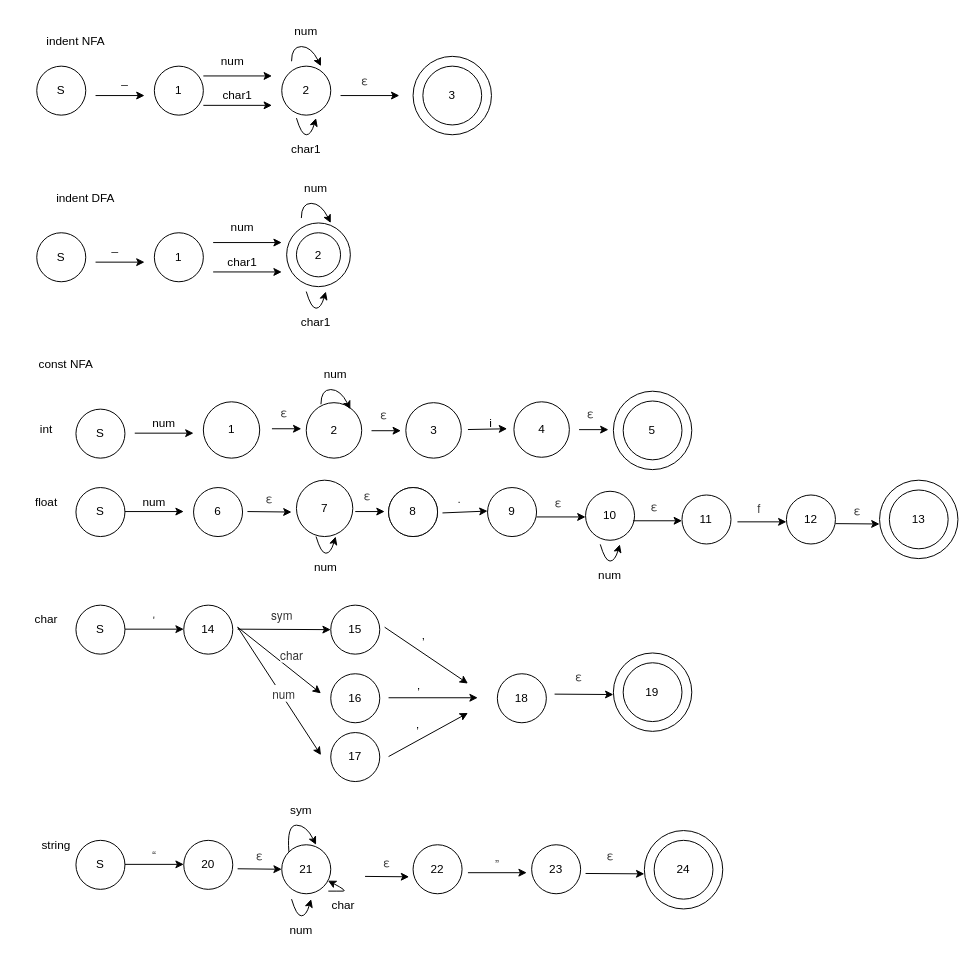
SuperCarryDFY/2022-Spring-ComputationalVision keeps this draw.io diagram as Untitled Diagram.drawio. Above is the earlier version. Source tidied: cells renumbered, new cells numbered last; positions are measured from the earlier drawing's top-left corner, leaving out a move shared by most shapes. Both pictures are drawn from the tidied source at 98%, with x=0, y=0 at pixel (17, 17).
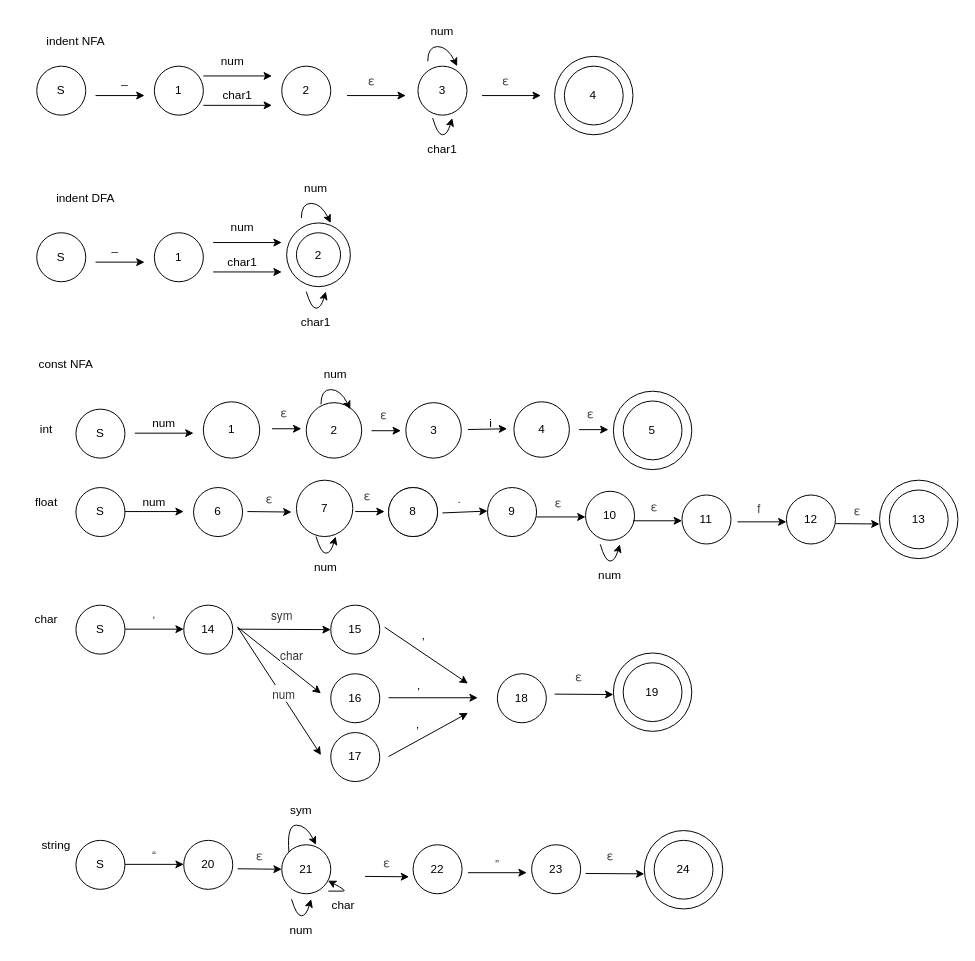
The same diagram, later.

Unchanged cells that the change refers to:
```xml
<mxCell id="9" value="num" style="text;html=1;strokeColor=none;fillColor=none;align=center;verticalAlign=middle;whiteSpace=wrap;rounded=0;" parent="1" vertex="1">
  <mxGeometry x="160" y="30" width="120" height="30" as="geometry" />
</mxCell>
```

The edit, as a diff of the source:
```diff
@@
-    <mxCell id="11" value="2" style="ellipse;whiteSpace=wrap;html=1;" parent="1" vertex="1">
-      <mxGeometry x="270" y="50" width="50" height="50" as="geometry" />
+    <mxCell id="11" value="3" style="ellipse;whiteSpace=wrap;html=1;" parent="1" vertex="1">
+      <mxGeometry x="409" y="50" width="50" height="50" as="geometry" />
     </mxCell>
-    <mxCell id="12" style="curved=1;endArrow=classic;html=1;rounded=0;exitX=1;exitY=0.5;exitDx=0;exitDy=0;" parent="1" edge="1" source="9">
+    <mxCell id="12" style="curved=1;endArrow=classic;html=1;rounded=0;exitX=1;exitY=0.5;exitDx=0;exitDy=0;" parent="1" edge="1">
       <mxGeometry relative="1" as="geometry">
-        <mxPoint x="310" y="50" as="targetPoint" />
+        <mxPoint x="419" y="45" as="sourcePoint" />
+        <mxPoint x="449" y="50" as="targetPoint" />
         <Array as="points">
-          <mxPoint x="280" y="30" />
-          <mxPoint x="300" y="30" />
+          <mxPoint x="419" y="30" />
+          <mxPoint x="439" y="30" />
         </Array>
       </mxGeometry>
     </mxCell>
     <mxCell id="13" value="num" style="text;html=1;strokeColor=none;fillColor=none;align=center;verticalAlign=middle;whiteSpace=wrap;rounded=0;" parent="1" vertex="1">
-      <mxGeometry x="265" width="60" height="30" as="geometry" />
+      <mxGeometry x="404" width="60" height="30" as="geometry" />
     </mxCell>
     <mxCell id="14" style="curved=1;endArrow=classic;html=1;rounded=0;" parent="1" edge="1">
       <mxGeometry relative="1" as="geometry">
-        <mxPoint x="285" y="103" as="sourcePoint" />
-        <mxPoint x="305" y="103" as="targetPoint" />
+        <mxPoint x="424" y="103" as="sourcePoint" />
+        <mxPoint x="444" y="103" as="targetPoint" />
         <Array as="points">
-          <mxPoint x="290" y="120" />
-          <mxPoint x="300" y="120" />
+          <mxPoint x="429" y="120" />
+          <mxPoint x="439" y="120" />
         </Array>
       </mxGeometry>
     </mxCell>
     <mxCell id="15" value="char1" style="text;html=1;strokeColor=none;fillColor=none;align=center;verticalAlign=middle;whiteSpace=wrap;rounded=0;" parent="1" vertex="1">
-      <mxGeometry x="265" y="120" width="60" height="30" as="geometry" />
+      <mxGeometry x="404" y="120" width="60" height="30" as="geometry" />
     </mxCell>
     <mxCell id="16" style="endArrow=classic;html=1;rounded=0;" parent="1" edge="1">
       <mxGeometry relative="1" as="geometry">
-        <mxPoint x="330" y="80" as="sourcePoint" />
-        <mxPoint x="390" y="80" as="targetPoint" />
+        <mxPoint x="474.4" y="80" as="sourcePoint" />
+        <mxPoint x="534.4" y="80" as="targetPoint" />
       </mxGeometry>
     </mxCell>
     <mxCell id="17" value="&lt;span style=&quot;color: rgb(51 , 51 , 51) ; font-family: &amp;#34;helvetica neue&amp;#34; , &amp;#34;helvetica&amp;#34; , &amp;#34;arial&amp;#34; , &amp;#34;pingfang sc&amp;#34; , &amp;#34;hiragino sans gb&amp;#34; , &amp;#34;microsoft yahei&amp;#34; , &amp;#34;wenquanyi micro hei&amp;#34; , sans-serif ; background-color: rgb(255 , 255 , 255)&quot;&gt;ε&lt;/span&gt;" style="text;html=1;strokeColor=none;fillColor=none;align=center;verticalAlign=middle;whiteSpace=wrap;rounded=0;" parent="1" vertex="1">
-      <mxGeometry x="325" y="50" width="60" height="30" as="geometry" />
+      <mxGeometry x="469.4" y="50" width="60" height="30" as="geometry" />
     </mxCell>
     <mxCell id="18" style="ellipse;whiteSpace=wrap;html=1;" parent="1" vertex="1">
-      <mxGeometry x="404" y="40" width="80" height="80" as="geometry" />
+      <mxGeometry x="548.4" y="40" width="80" height="80" as="geometry" />
     </mxCell>
     <mxCell id="19" style="ellipse;whiteSpace=wrap;html=1;" parent="1" vertex="1">
-      <mxGeometry x="414" y="50" width="60" height="60" as="geometry" />
+      <mxGeometry x="558.4" y="50" width="60" height="60" as="geometry" />
     </mxCell>
-    <mxCell id="20" value="3" style="text;html=1;strokeColor=none;fillColor=none;align=center;verticalAlign=middle;whiteSpace=wrap;rounded=0;" parent="1" vertex="1">
-      <mxGeometry x="414" y="65" width="60" height="30" as="geometry" />
+    <mxCell id="20" value="4" style="text;html=1;strokeColor=none;fillColor=none;align=center;verticalAlign=middle;whiteSpace=wrap;rounded=0;" parent="1" vertex="1">
+      <mxGeometry x="558.4" y="65" width="60" height="30" as="geometry" />
     </mxCell>
@@
+    <mxCell id="142" value="2" style="ellipse;whiteSpace=wrap;html=1;" parent="1" vertex="1">
+      <mxGeometry x="270" y="50" width="50" height="50" as="geometry" />
+    </mxCell>
+    <mxCell id="143" style="endArrow=classic;html=1;rounded=0;" parent="1" edge="1">
+      <mxGeometry relative="1" as="geometry">
+        <mxPoint x="336.6" y="80" as="sourcePoint" />
+        <mxPoint x="396.6" y="80" as="targetPoint" />
+      </mxGeometry>
+    </mxCell>
+    <mxCell id="144" value="&lt;span style=&quot;color: rgb(51 , 51 , 51) ; font-family: &amp;#34;helvetica neue&amp;#34; , &amp;#34;helvetica&amp;#34; , &amp;#34;arial&amp;#34; , &amp;#34;pingfang sc&amp;#34; , &amp;#34;hiragino sans gb&amp;#34; , &amp;#34;microsoft yahei&amp;#34; , &amp;#34;wenquanyi micro hei&amp;#34; , sans-serif ; background-color: rgb(255 , 255 , 255)&quot;&gt;ε&lt;/span&gt;" style="text;html=1;strokeColor=none;fillColor=none;align=center;verticalAlign=middle;whiteSpace=wrap;rounded=0;" parent="1" vertex="1">
+      <mxGeometry x="331.6" y="50" width="60" height="30" as="geometry" />
+    </mxCell>
```
